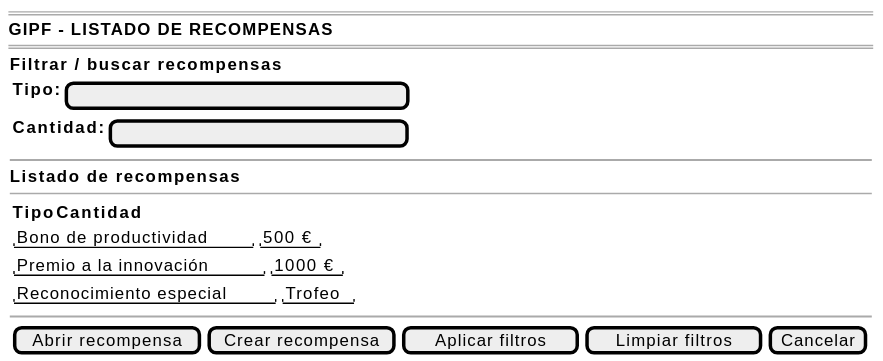
The PlantUML diagram images/RUP/00-casos-uso/02-detalle/coordinador/abrirRecompensa/abrirRecompensas-wireframe.svg in beatriizorozco/25-26-idsw2-sdVC, before a commit.
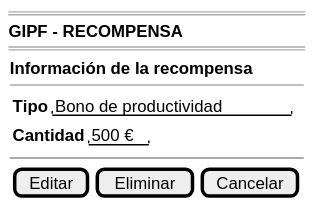
After the commit.

Change to the diagram source:
```diff
@@ -1,29 +1,19 @@
-@startsalt abrirRecompensas-wireframe
+@startsalt abrirRecompensa-wireframe
 {
     ====
-    <b>GIPF - LISTADO DE RECOMPENSAS</b>
+    <b>GIPF - RECOMPENSA</b>
     ====
     {
-        <b>Filtrar / buscar recompensas</b>
+        <b>Información de la recompensa</b>
+        --
         {
-            {<b>Tipo:</b> | [                              ]}
-            {<b>Cantidad:</b> | [                          ]}
+            {<b>Tipo</b>     | "Bono de productividad"}
+            {<b>Cantidad</b> | "500 €"}
         }
 
         ~~
 
-        <b>Listado de recompensas</b>
-        --
-        {
-            {<b>Tipo</b>               | <b>Cantidad</b>}
-            {"Bono de productividad"     | "500 €"}
-            {"Premio a la innovación"    | "1000 €"}
-            {"Reconocimiento especial"   | "Trofeo"}
-        }
-
-        ~~
-
-        {[Abrir recompensa] | [Crear recompensa] | [Aplicar filtros] | [Limpiar filtros] | [Cancelar]}
+        {[Editar] | [Eliminar] | [Cancelar]}
     }
 }
 @endsalt
```
